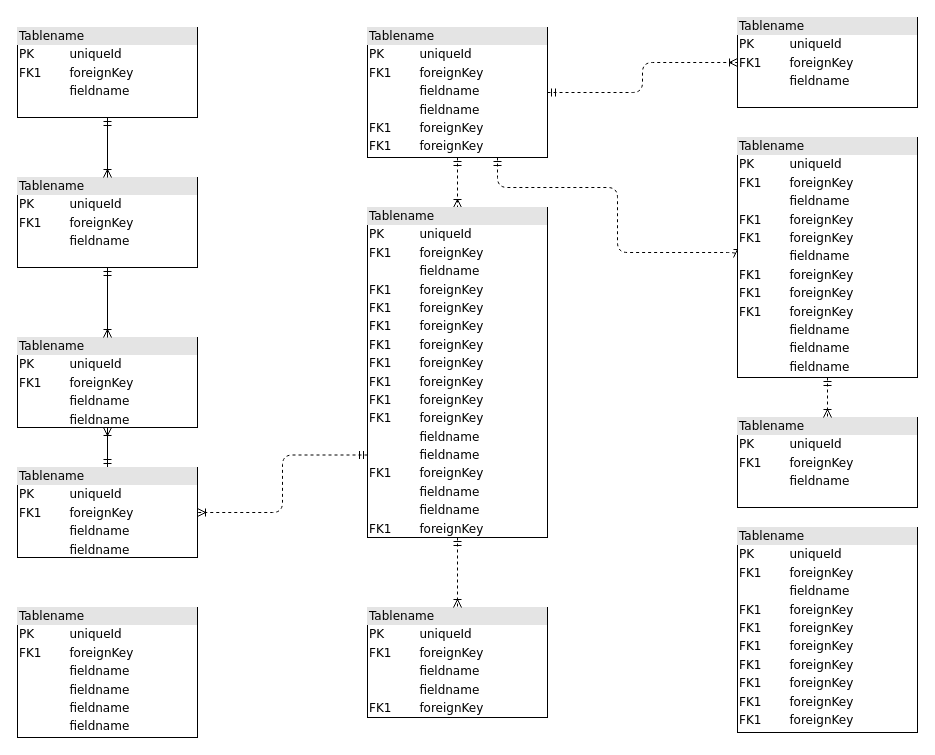
PolePolucci/PolePolucci keeps this draw.io diagram as Untitled Diagram.drawio. Above is the earlier version. Source tidied: cells renumbered, new cells numbered last; positions are measured from the earlier drawing's top-left corner, leaving out a move shared by most shapes. Both pictures are drawn from the tidied source at 100%, with x=0, y=0 at pixel (17, 17).
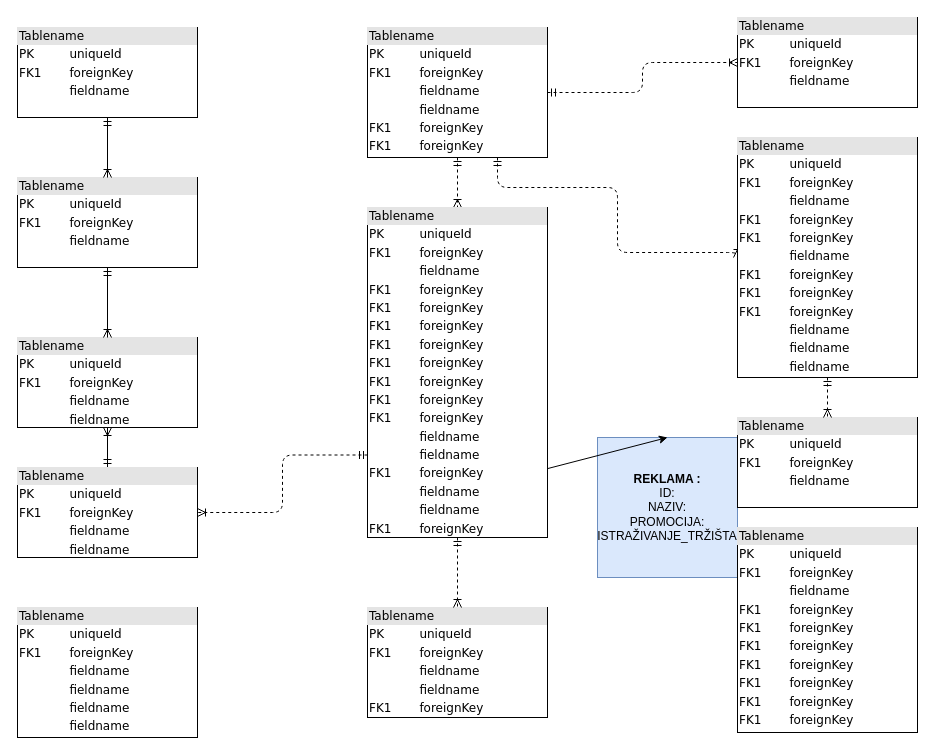
The same page after the edit.

Change to the diagram source:
```diff
@@
+    <mxCell id="23" value="&lt;b&gt;REKLAMA :&lt;br&gt;&lt;/b&gt;ID:&lt;br&gt;NAZIV:&lt;br&gt;PROMOCIJA:&lt;br&gt;ISTRAŽIVANJE_TRŽIŠTA" style="rounded=0;whiteSpace=wrap;html=1;fillColor=#dae8fc;strokeColor=#6c8ebf;" parent="1" vertex="1">
+      <mxGeometry x="580" y="420" width="140" height="140" as="geometry" />
+    </mxCell>
@@
+    <mxCell id="24" style="endArrow=classic;startArrow=classic;html=1;entryX=0.5;entryY=0;entryDx=0;entryDy=0;exitX=1;exitY=0.5;exitDx=0;exitDy=0;" parent="1" edge="1" target="23">
+      <mxGeometry relative="1" as="geometry">
+        <mxPoint x="380" y="490" as="sourcePoint" />
+      </mxGeometry>
+    </mxCell>
```
